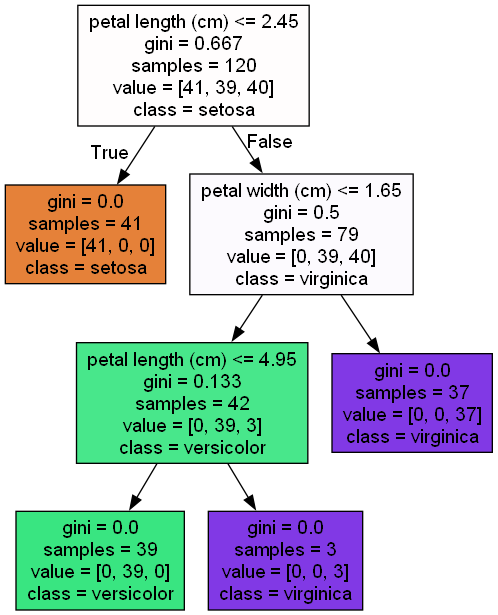
This is b_classfier/images/iris_dtc01.png from baek-si-hyun/kdt_machine_learning, a Graphviz export, as it was before one commit. Its source is kept beside it as b_classfier/images/iris_dtc01.dot.
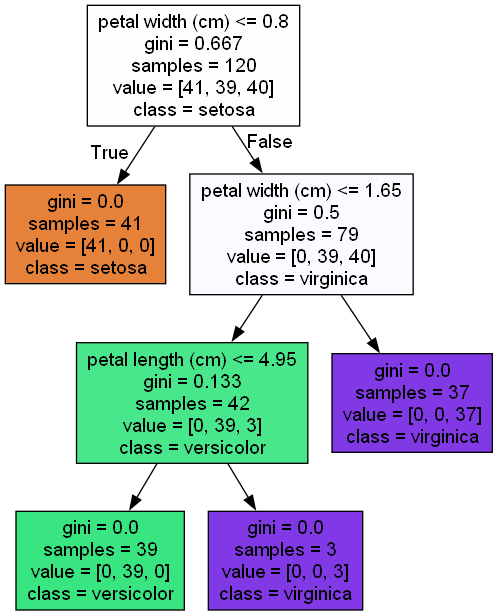
The same diagram one commit later.

What changed in the source:
```diff
@@ -1,7 +1,7 @@
 digraph Tree {
 node [shape=box, style="filled", color="black", fontname="helvetica"] ;
 edge [fontname="helvetica"] ;
-0 [label="petal length (cm) <= 2.45\ngini = 0.667\nsamples = 120\nvalue = [41, 39, 40]\nclass = setosa", fillcolor="#fffdfd"] ;
+0 [label="petal width (cm) <= 0.8\ngini = 0.667\nsamples = 120\nvalue = [41, 39, 40]\nclass = setosa", fillcolor="#fffdfd"] ;
 1 [label="gini = 0.0\nsamples = 41\nvalue = [41, 0, 0]\nclass = setosa", fillcolor="#e58139"] ;
 0 -> 1 [labeldistance=2.5, labelangle=45, headlabel="True"] ;
 2 [label="petal width (cm) <= 1.65\ngini = 0.5\nsamples = 79\nvalue = [0, 39, 40]\nclass = virginica", fillcolor="#fcfafe"] ;
```
